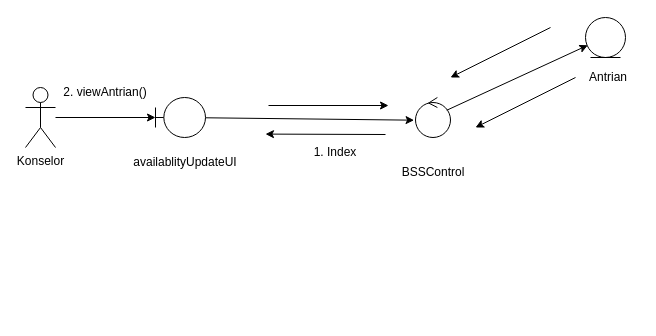
Above: Mini-Proj/MP_CC_EntryDD.drawio in mahesri/uml_ads_sms3 (draw.io), before the change. Source tidied: cells renumbered, new cells numbered last; positions are measured from the earlier drawing's top-left corner, leaving out a move shared by most shapes. Both pictures are drawn from the tidied source at 100%, with x=0, y=0 at pixel (25, 17).
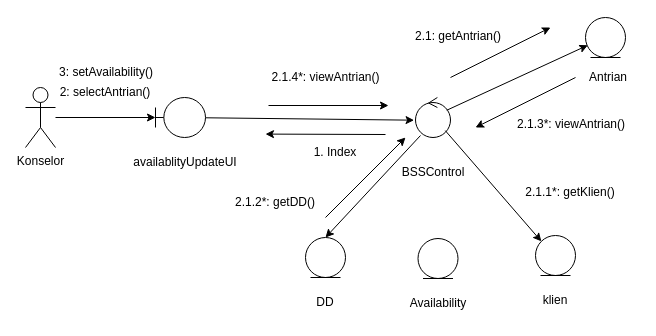
After the change.

The change refers to these unchanged cells:
```xml
<mxCell id="5" style="ellipse;shape=umlControl;whiteSpace=wrap;html=1;" parent="1" vertex="1">
  <mxGeometry x="390" y="80" width="35" height="40" as="geometry" />
</mxCell>
```

Diff of the diagram source:
```diff
@@
-    <mxCell id="10" value="2. viewAntrian()" style="text;html=1;strokeColor=none;fillColor=none;align=center;verticalAlign=middle;whiteSpace=wrap;rounded=0;" parent="1" vertex="1">
+    <mxCell id="10" value="2: selectAntrian()" style="text;html=1;strokeColor=none;fillColor=none;align=center;verticalAlign=middle;whiteSpace=wrap;rounded=0;" parent="1" vertex="1">
       <mxGeometry x="30" y="60" width="100" height="30" as="geometry" />
     </mxCell>
@@
-    <mxCell id="17" style="endArrow=classic;html=1;rounded=0;" parent="1" edge="1">
+    <mxCell id="17" style="endArrow=none;html=1;rounded=0;startArrow=classic;startFill=1;endFill=0;" parent="1" edge="1">
       <mxGeometry relative="1" as="geometry">
         <mxPoint x="525" y="10" as="sourcePoint" />
         <mxPoint x="425" y="60" as="targetPoint" />
       </mxGeometry>
     </mxCell>
+    <mxCell id="18" value="2.1.3*: viewAntrian()" style="text;html=1;strokeColor=none;fillColor=none;align=center;verticalAlign=middle;whiteSpace=wrap;rounded=0;" parent="1" vertex="1">
+      <mxGeometry x="481" y="92" width="130" height="30" as="geometry" />
+    </mxCell>
+    <mxCell id="19" style="ellipse;shape=umlEntity;whiteSpace=wrap;html=1;" parent="1" vertex="1">
+      <mxGeometry x="280" y="220" width="40" height="40" as="geometry" />
+    </mxCell>
+    <mxCell id="20" value="DD" style="text;html=1;strokeColor=none;fillColor=none;align=center;verticalAlign=middle;whiteSpace=wrap;rounded=0;" parent="1" vertex="1">
+      <mxGeometry x="270" y="270" width="60" height="30" as="geometry" />
+    </mxCell>
+    <mxCell id="21" style="endArrow=classic;html=1;rounded=0;entryX=0.5;entryY=0;entryDx=0;entryDy=0;exitX=0.143;exitY=0.95;exitDx=0;exitDy=0;exitPerimeter=0;" parent="1" edge="1" source="5" target="19">
+      <mxGeometry relative="1" as="geometry" />
+    </mxCell>
+    <mxCell id="22" style="endArrow=none;html=1;rounded=0;startArrow=classic;startFill=1;endFill=0;" parent="1" edge="1">
+      <mxGeometry relative="1" as="geometry">
+        <mxPoint x="380" y="120" as="sourcePoint" />
+        <mxPoint x="300" y="200" as="targetPoint" />
+      </mxGeometry>
+    </mxCell>
+    <mxCell id="23" value="2.1.2*: getDD()" style="text;html=1;strokeColor=none;fillColor=none;align=center;verticalAlign=middle;whiteSpace=wrap;rounded=0;" parent="1" vertex="1">
+      <mxGeometry x="190" y="170" width="120" height="30" as="geometry" />
+    </mxCell>
+    <mxCell id="24" value="2.1.1*: getKlien()" style="text;html=1;strokeColor=none;fillColor=none;align=center;verticalAlign=middle;whiteSpace=wrap;rounded=0;" parent="1" vertex="1">
+      <mxGeometry x="485" y="160" width="120" height="30" as="geometry" />
+    </mxCell>
+    <mxCell id="25" value="2.1.4*: viewAntrian()" style="text;html=1;strokeColor=none;fillColor=none;align=center;verticalAlign=middle;whiteSpace=wrap;rounded=0;" parent="1" vertex="1">
+      <mxGeometry x="232.5" y="45" width="135" height="30" as="geometry" />
+    </mxCell>
+    <mxCell id="26" style="group;" parent="1" vertex="1">
+      <mxGeometry x="500" y="218" width="60" height="80" as="geometry" />
+    </mxCell>
+    <mxCell id="27" style="ellipse;shape=umlEntity;whiteSpace=wrap;html=1;" parent="26" vertex="1">
+      <mxGeometry x="10" width="40" height="40" as="geometry" />
+    </mxCell>
+    <mxCell id="28" value="klien" style="text;html=1;strokeColor=none;fillColor=none;align=center;verticalAlign=middle;whiteSpace=wrap;rounded=0;" parent="26" vertex="1">
+      <mxGeometry y="50" width="60" height="30" as="geometry" />
+    </mxCell>
+    <mxCell id="29" style="endArrow=classic;html=1;rounded=0;entryX=0;entryY=0;entryDx=0;entryDy=0;exitX=0.852;exitY=0.829;exitDx=0;exitDy=0;exitPerimeter=0;" parent="1" edge="1" source="5" target="27">
+      <mxGeometry relative="1" as="geometry" />
+    </mxCell>
+    <mxCell id="30" value="2.1: getAntrian()" style="text;html=1;strokeColor=none;fillColor=none;align=center;verticalAlign=middle;whiteSpace=wrap;rounded=0;" parent="1" vertex="1">
+      <mxGeometry x="367.5" y="4" width="130" height="30" as="geometry" />
+    </mxCell>
+    <mxCell id="31" style="ellipse;shape=umlEntity;whiteSpace=wrap;html=1;" parent="1" vertex="1">
+      <mxGeometry x="392.5" y="221" width="40" height="40" as="geometry" />
+    </mxCell>
+    <mxCell id="32" value="Availability" style="text;html=1;strokeColor=none;fillColor=none;align=center;verticalAlign=middle;whiteSpace=wrap;rounded=0;" parent="1" vertex="1">
+      <mxGeometry x="382.5" y="271" width="60" height="30" as="geometry" />
+    </mxCell>
+    <mxCell id="33" value="3: setAvailability()" style="text;html=1;strokeColor=none;fillColor=none;align=center;verticalAlign=middle;whiteSpace=wrap;rounded=0;" parent="1" vertex="1">
+      <mxGeometry x="31" y="40" width="100" height="30" as="geometry" />
+    </mxCell>
```
